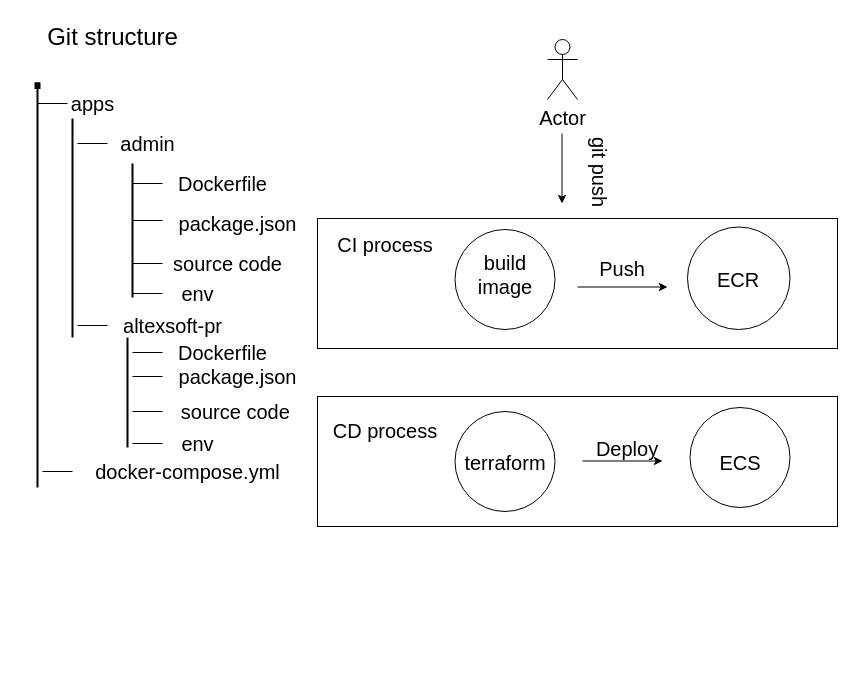
Above: Untitled Diagram.drawio in xkarkosx/terraform_cloud (draw.io), before the change. Source tidied: cells renumbered, new cells numbered last; positions are measured from the earlier drawing's top-left corner, leaving out a move shared by most shapes. Both pictures are drawn from the tidied source at 100%, with x=0, y=0 at pixel (17, 17).
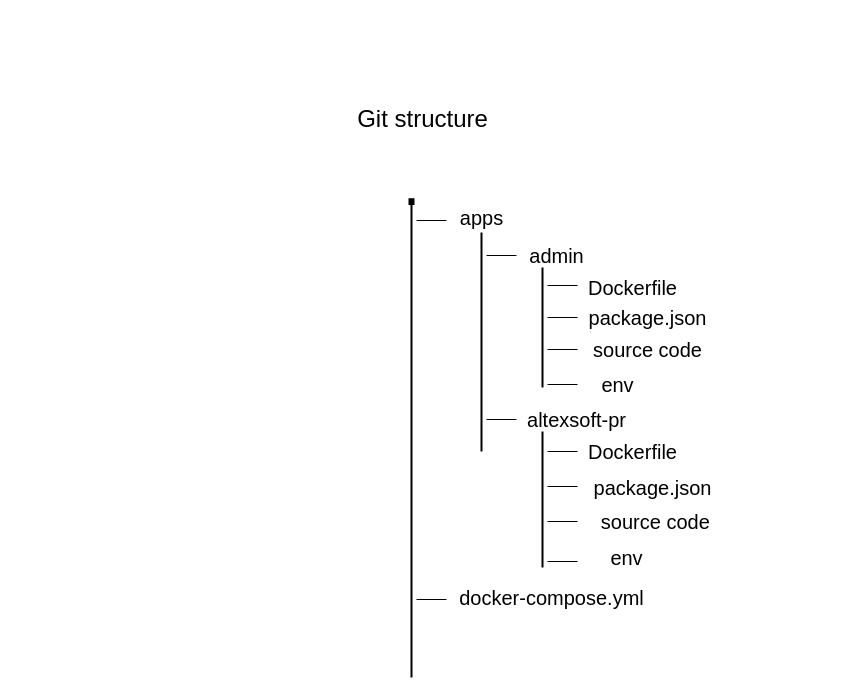
The same page after the edit.

Commit message:
github structure

Diff of the diagram source:
```diff
@@
     <mxCell id="2" value="Git structure" style="text;html=1;align=center;verticalAlign=middle;strokeColor=none;fillColor=none;fontSize=24;" parent="1" vertex="1">
-      <mxGeometry x="20" width="150" height="40" as="geometry" />
+      <mxGeometry x="330" y="82" width="150" height="40" as="geometry" />
     </mxCell>
     <mxCell id="3" value="&lt;font style=&quot;font-size: 20px;&quot;&gt;apps&lt;/font&gt;" style="text;html=1;align=center;verticalAlign=middle;strokeColor=none;fillColor=none;fontSize=24;" parent="1" vertex="1">
-      <mxGeometry x="40" y="66" width="70" height="40" as="geometry" />
+      <mxGeometry x="429" y="180" width="70" height="40" as="geometry" />
     </mxCell>
     <mxCell id="4" value="admin" style="text;html=1;align=center;verticalAlign=middle;strokeColor=none;fillColor=none;fontSize=20;" parent="1" vertex="1">
-      <mxGeometry x="90" y="106" width="80" height="40" as="geometry" />
+      <mxGeometry x="499" y="218" width="80" height="40" as="geometry" />
     </mxCell>
     <mxCell id="5" value="altexsoft-pr" style="text;html=1;align=center;verticalAlign=middle;strokeColor=none;fillColor=none;fontSize=20;" parent="1" vertex="1">
-      <mxGeometry x="95" y="288" width="120" height="40" as="geometry" />
+      <mxGeometry x="499" y="382" width="120" height="40" as="geometry" />
     </mxCell>
     <mxCell id="6" value="Dockerfile" style="text;html=1;align=center;verticalAlign=middle;strokeColor=none;fillColor=none;fontSize=20;" parent="1" vertex="1">
-      <mxGeometry x="150" y="146" width="110" height="40" as="geometry" />
+      <mxGeometry x="560" y="250" width="110" height="40" as="geometry" />
     </mxCell>
     <mxCell id="7" value="package.json" style="text;html=1;align=center;verticalAlign=middle;strokeColor=none;fillColor=none;fontSize=20;" parent="1" vertex="1">
-      <mxGeometry x="150" y="186" width="140" height="40" as="geometry" />
+      <mxGeometry x="560" y="280" width="140" height="40" as="geometry" />
     </mxCell>
     <mxCell id="8" value="Dockerfile" style="text;html=1;align=center;verticalAlign=middle;strokeColor=none;fillColor=none;fontSize=20;" parent="1" vertex="1">
-      <mxGeometry x="150" y="315" width="110" height="40" as="geometry" />
+      <mxGeometry x="560" y="414" width="110" height="40" as="geometry" />
     </mxCell>
     <mxCell id="9" value="package.json" style="text;html=1;align=center;verticalAlign=middle;strokeColor=none;fillColor=none;fontSize=20;" parent="1" vertex="1">
-      <mxGeometry x="150" y="339" width="140" height="40" as="geometry" />
+      <mxGeometry x="565" y="450" width="140" height="40" as="geometry" />
     </mxCell>
     <mxCell id="10" value="docker-compose.yml" style="text;html=1;align=center;verticalAlign=middle;strokeColor=none;fillColor=none;fontSize=20;" parent="1" vertex="1">
-      <mxGeometry x="65" y="434" width="210" height="40" as="geometry" />
+      <mxGeometry x="429" y="560" width="210" height="40" as="geometry" />
     </mxCell>
     <mxCell id="11" style="line;strokeWidth=2;direction=south;html=1;fontSize=20;" parent="1" vertex="1">
-      <mxGeometry x="15" y="70" width="10" height="400" as="geometry" />
+      <mxGeometry x="389" y="186" width="10" height="474" as="geometry" />
     </mxCell>
     <mxCell id="12" value="." style="text;html=1;align=center;verticalAlign=middle;strokeColor=none;fillColor=none;fontSize=63;" parent="1" vertex="1">
-      <mxGeometry y="5" width="40" height="90" as="geometry" />
+      <mxGeometry x="374" y="121" width="40" height="90" as="geometry" />
     </mxCell>
     <mxCell id="13" style="line;strokeWidth=1;fillColor=none;align=left;verticalAlign=middle;spacingTop=-1;spacingLeft=3;spacingRight=3;labelPosition=right;fontSize=63;" parent="1" vertex="1">
-      <mxGeometry x="20" y="82" width="30" height="8" as="geometry" />
+      <mxGeometry x="399" y="199" width="30" height="8" as="geometry" />
     </mxCell>
     <mxCell id="14" style="line;strokeWidth=2;direction=south;html=1;fontSize=63;" parent="1" vertex="1">
-      <mxGeometry x="50" y="101" width="10" height="219" as="geometry" />
+      <mxGeometry x="459" y="215" width="10" height="219" as="geometry" />
     </mxCell>
     <mxCell id="15" style="line;strokeWidth=1;fillColor=none;align=left;verticalAlign=middle;spacingTop=-1;spacingLeft=3;spacingRight=3;labelPosition=right;fontSize=63;" parent="1" vertex="1">
-      <mxGeometry x="60" y="122" width="30" height="8" as="geometry" />
+      <mxGeometry x="469" y="398" width="30" height="8" as="geometry" />
     </mxCell>
     <mxCell id="16" style="line;strokeWidth=1;fillColor=none;align=left;verticalAlign=middle;spacingTop=-1;spacingLeft=3;spacingRight=3;labelPosition=right;fontSize=63;" parent="1" vertex="1">
-      <mxGeometry x="115" y="272" width="30" height="8" as="geometry" />
+      <mxGeometry x="530" y="363" width="30" height="8" as="geometry" />
     </mxCell>
     <mxCell id="17" style="line;strokeWidth=1;fillColor=none;align=left;verticalAlign=middle;spacingTop=-1;spacingLeft=3;spacingRight=3;labelPosition=right;fontSize=63;" parent="1" vertex="1">
-      <mxGeometry x="115" y="242" width="30" height="8" as="geometry" />
+      <mxGeometry x="530" y="328" width="30" height="8" as="geometry" />
     </mxCell>
     <mxCell id="18" style="line;strokeWidth=1;fillColor=none;align=left;verticalAlign=middle;spacingTop=-1;spacingLeft=3;spacingRight=3;labelPosition=right;fontSize=63;" parent="1" vertex="1">
-      <mxGeometry x="115" y="199" width="30" height="8" as="geometry" />
+      <mxGeometry x="530" y="296" width="30" height="8" as="geometry" />
     </mxCell>
     <mxCell id="19" style="line;strokeWidth=1;fillColor=none;align=left;verticalAlign=middle;spacingTop=-1;spacingLeft=3;spacingRight=3;labelPosition=right;fontSize=63;" parent="1" vertex="1">
-      <mxGeometry x="115" y="162" width="30" height="8" as="geometry" />
+      <mxGeometry x="530" y="264" width="30" height="8" as="geometry" />
     </mxCell>
     <mxCell id="20" style="line;strokeWidth=2;direction=south;html=1;fontSize=63;" parent="1" vertex="1">
-      <mxGeometry x="110" y="146" width="10" height="134" as="geometry" />
+      <mxGeometry x="520" y="250" width="10" height="120" as="geometry" />
     </mxCell>
     <mxCell id="21" value="&lt;font style=&quot;font-size: 20px;&quot;&gt;source code&lt;/font&gt;" style="text;html=1;align=center;verticalAlign=middle;strokeColor=none;fillColor=none;fontSize=20;" parent="1" vertex="1">
-      <mxGeometry x="145" y="226" width="130" height="40" as="geometry" />
+      <mxGeometry x="565" y="312" width="130" height="40" as="geometry" />
     </mxCell>
     <mxCell id="22" style="line;strokeWidth=2;direction=south;html=1;fontSize=63;" parent="1" vertex="1">
-      <mxGeometry x="105" y="320" width="10" height="110" as="geometry" />
+      <mxGeometry x="520" y="414" width="10" height="136" as="geometry" />
     </mxCell>
     <mxCell id="23" style="line;strokeWidth=1;fillColor=none;align=left;verticalAlign=middle;spacingTop=-1;spacingLeft=3;spacingRight=3;labelPosition=right;fontSize=63;" parent="1" vertex="1">
-      <mxGeometry x="115" y="331" width="30" height="8" as="geometry" />
+      <mxGeometry x="530" y="430" width="30" height="8" as="geometry" />
     </mxCell>
     <mxCell id="24" style="line;strokeWidth=1;fillColor=none;align=left;verticalAlign=middle;spacingTop=-1;spacingLeft=3;spacingRight=3;labelPosition=right;fontSize=63;" parent="1" vertex="1">
-      <mxGeometry x="115" y="390" width="30" height="8" as="geometry" />
+      <mxGeometry x="530" y="500" width="30" height="8" as="geometry" />
     </mxCell>
     <mxCell id="25" style="line;strokeWidth=1;fillColor=none;align=left;verticalAlign=middle;spacingTop=-1;spacingLeft=3;spacingRight=3;labelPosition=right;fontSize=63;" parent="1" vertex="1">
-      <mxGeometry x="115" y="355" width="30" height="8" as="geometry" />
+      <mxGeometry x="530" y="465" width="30" height="8" as="geometry" />
     </mxCell>
     <mxCell id="26" value="&lt;font style=&quot;font-size: 20px;&quot;&gt;&amp;nbsp;source code&lt;/font&gt;" style="text;html=1;align=center;verticalAlign=middle;strokeColor=none;fillColor=none;fontSize=20;" parent="1" vertex="1">
-      <mxGeometry x="145" y="374" width="140" height="40" as="geometry" />
+      <mxGeometry x="565" y="484" width="140" height="40" as="geometry" />
     </mxCell>
     <mxCell id="27" style="line;strokeWidth=1;fillColor=none;align=left;verticalAlign=middle;spacingTop=-1;spacingLeft=3;spacingRight=3;labelPosition=right;fontSize=63;" parent="1" vertex="1">
-      <mxGeometry x="25" y="450" width="30" height="8" as="geometry" />
+      <mxGeometry x="399" y="578" width="30" height="8" as="geometry" />
     </mxCell>
     <mxCell id="28" value="env" style="text;html=1;align=center;verticalAlign=middle;strokeColor=none;fillColor=none;fontSize=20;" parent="1" vertex="1">
-      <mxGeometry x="150" y="256" width="60" height="40" as="geometry" />
+      <mxGeometry x="570" y="347" width="60" height="40" as="geometry" />
     </mxCell>
     <mxCell id="29" style="line;strokeWidth=1;fillColor=none;align=left;verticalAlign=middle;spacingTop=-1;spacingLeft=3;spacingRight=3;labelPosition=right;fontSize=63;" parent="1" vertex="1">
-      <mxGeometry x="60" y="304" width="30" height="8" as="geometry" />
+      <mxGeometry x="469" y="234" width="30" height="8" as="geometry" />
     </mxCell>
     <mxCell id="30" style="line;strokeWidth=1;fillColor=none;align=left;verticalAlign=middle;spacingTop=-1;spacingLeft=3;spacingRight=3;labelPosition=right;fontSize=63;" parent="1" vertex="1">
-      <mxGeometry x="115" y="422" width="30" height="8" as="geometry" />
+      <mxGeometry x="530" y="540" width="30" height="8" as="geometry" />
     </mxCell>
     <mxCell id="31" value="env" style="text;html=1;align=center;verticalAlign=middle;strokeColor=none;fillColor=none;fontSize=20;" parent="1" vertex="1">
-      <mxGeometry x="150" y="406" width="60" height="40" as="geometry" />
+      <mxGeometry x="579" y="520" width="60" height="40" as="geometry" />
     </mxCell>
-    <mxCell id="32" value="Actor" style="shape=umlActor;verticalLabelPosition=bottom;verticalAlign=top;html=1;fontSize=20;" parent="1" vertex="1">
-      <mxGeometry x="530" y="22" width="30" height="60" as="geometry" />
-    </mxCell>
-    <mxCell id="33" value="git push" style="text;html=1;strokeColor=none;fillColor=none;align=center;verticalAlign=middle;whiteSpace=wrap;rounded=0;fontSize=20;rotation=90;" parent="1" vertex="1">
-      <mxGeometry x="530" y="140" width="105" height="30" as="geometry" />
-    </mxCell>
-    <mxCell id="34" style="rounded=0;whiteSpace=wrap;html=1;fontSize=20;" parent="1" vertex="1">
-      <mxGeometry x="300" y="201" width="520" height="130" as="geometry" />
-    </mxCell>
-    <mxCell id="35" value="CI process" style="text;html=1;strokeColor=none;fillColor=none;align=center;verticalAlign=middle;whiteSpace=wrap;rounded=0;fontSize=20;" parent="1" vertex="1">
-      <mxGeometry x="312.5" y="212" width="110" height="30" as="geometry" />
-    </mxCell>
-    <mxCell id="36" style="ellipse;whiteSpace=wrap;html=1;fontSize=20;" parent="1" vertex="1">
-      <mxGeometry x="437.5" y="212" width="100" height="100" as="geometry" />
-    </mxCell>
-    <mxCell id="37" style="endArrow=classic;html=1;rounded=0;" parent="1" edge="1">
-      <mxGeometry relative="1" as="geometry">
-        <mxPoint x="544.5" y="116" as="sourcePoint" />
-        <mxPoint x="544.5" y="186" as="targetPoint" />
-      </mxGeometry>
-    </mxCell>
-    <mxCell id="38" value="build image" style="text;html=1;strokeColor=none;fillColor=none;align=center;verticalAlign=middle;whiteSpace=wrap;rounded=0;fontSize=20;" parent="1" vertex="1">
-      <mxGeometry x="457.5" y="242" width="60" height="30" as="geometry" />
-    </mxCell>
-    <mxCell id="39" style="endArrow=classic;html=1;rounded=0;fontSize=20;" parent="1" edge="1">
-      <mxGeometry relative="1" as="geometry">
-        <mxPoint x="560" y="269.5" as="sourcePoint" />
-        <mxPoint x="650" y="269.5" as="targetPoint" />
-      </mxGeometry>
-    </mxCell>
-    <mxCell id="40" value="Push" style="text;html=1;strokeColor=none;fillColor=none;align=center;verticalAlign=middle;whiteSpace=wrap;rounded=0;fontSize=20;" parent="1" vertex="1">
-      <mxGeometry x="575" y="236" width="60" height="30" as="geometry" />
-    </mxCell>
-    <mxCell id="41" style="ellipse;whiteSpace=wrap;html=1;fontSize=20;" parent="1" vertex="1">
-      <mxGeometry x="670" y="209.5" width="102.5" height="102.5" as="geometry" />
-    </mxCell>
-    <mxCell id="42" value="ECR" style="text;html=1;strokeColor=none;fillColor=none;align=center;verticalAlign=middle;whiteSpace=wrap;rounded=0;fontSize=20;" parent="1" vertex="1">
-      <mxGeometry x="691.2" y="247" width="60" height="30" as="geometry" />
-    </mxCell>
-    <mxCell id="43" style="rounded=0;whiteSpace=wrap;html=1;fontSize=20;" parent="1" vertex="1">
-      <mxGeometry x="300" y="379" width="520" height="130" as="geometry" />
-    </mxCell>
-    <mxCell id="44" value="CD process" style="text;html=1;strokeColor=none;fillColor=none;align=center;verticalAlign=middle;whiteSpace=wrap;rounded=0;fontSize=20;" parent="1" vertex="1">
-      <mxGeometry x="312.5" y="398" width="110" height="30" as="geometry" />
-    </mxCell>
-    <mxCell id="45" style="ellipse;whiteSpace=wrap;html=1;fontSize=20;" parent="1" vertex="1">
-      <mxGeometry x="437.5" y="394" width="100" height="100" as="geometry" />
-    </mxCell>
-    <mxCell id="46" value="terraform" style="text;html=1;strokeColor=none;fillColor=none;align=center;verticalAlign=middle;whiteSpace=wrap;rounded=0;fontSize=20;" parent="1" vertex="1">
-      <mxGeometry x="457.5" y="430" width="60" height="30" as="geometry" />
-    </mxCell>
-    <mxCell id="47" style="endArrow=classic;html=1;rounded=0;fontSize=20;" parent="1" edge="1">
-      <mxGeometry relative="1" as="geometry">
-        <mxPoint x="565" y="443.5" as="sourcePoint" />
-        <mxPoint x="645" y="443.5" as="targetPoint" />
-      </mxGeometry>
-    </mxCell>
-    <mxCell id="48" value="Deploy" style="text;html=1;strokeColor=none;fillColor=none;align=center;verticalAlign=middle;whiteSpace=wrap;rounded=0;fontSize=20;" parent="1" vertex="1">
-      <mxGeometry x="580" y="416" width="60" height="30" as="geometry" />
-    </mxCell>
-    <mxCell id="49" style="ellipse;whiteSpace=wrap;html=1;fontSize=20;" parent="1" vertex="1">
-      <mxGeometry x="672.5" y="390" width="100" height="100" as="geometry" />
-    </mxCell>
-    <mxCell id="50" value="ECS" style="text;html=1;strokeColor=none;fillColor=none;align=center;verticalAlign=middle;whiteSpace=wrap;rounded=0;fontSize=20;" parent="1" vertex="1">
-      <mxGeometry x="692.5" y="430" width="60" height="30" as="geometry" />
-    </mxCell>
```
